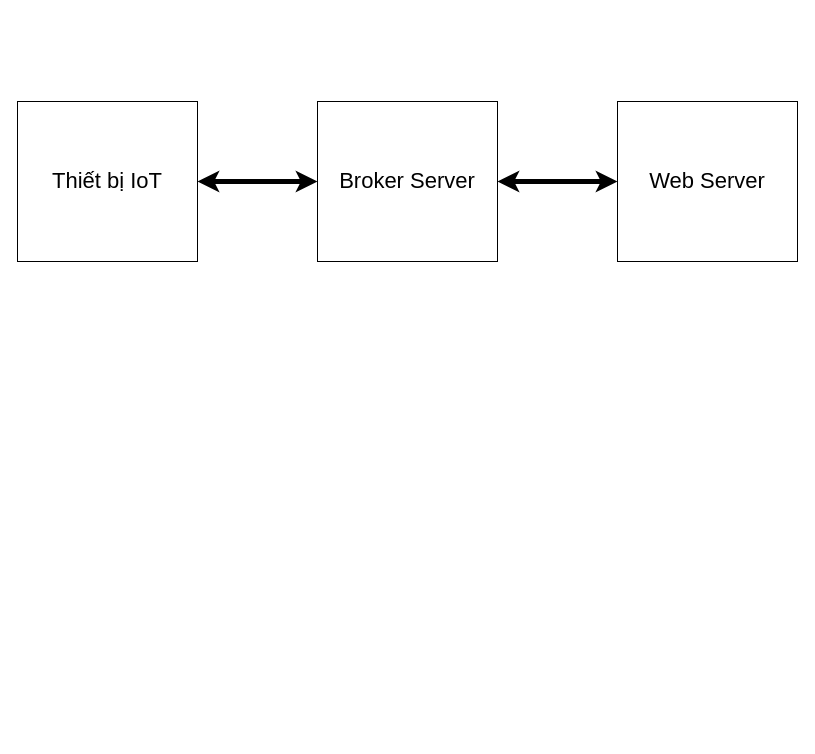
thaok61/Project3 keeps this draw.io diagram as MotaHethong.drawio. Above is the earlier version. Source tidied: cells renumbered, new cells numbered last; positions are measured from the earlier drawing's top-left corner, leaving out a move shared by most shapes. Both pictures are drawn from the tidied source at 100%, with x=0, y=0 at pixel (17, 101).
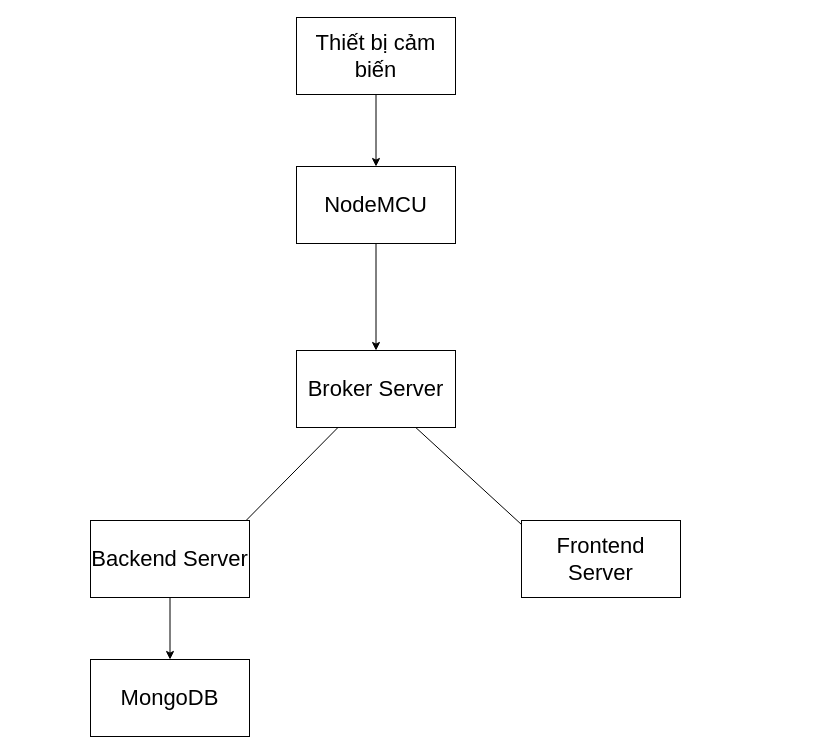
Above is the later version.

The edit, as a diff of the source:
```diff
@@
 <mxGraphModel>
   <root>
     <mxCell id="0" />
     <mxCell id="1" parent="0" />
-    <mxCell id="2" style="edgeStyle=orthogonalEdgeStyle;rounded=0;jettySize=auto;html=1;exitX=1;exitY=0.5;exitDx=0;exitDy=0;strokeWidth=5;startArrow=classic;startFill=1;" parent="1" edge="1" source="3" target="5">
-      <mxGeometry relative="1" as="geometry" />
-    </mxCell>
+    <mxCell id="7" style="edgeStyle=none;rounded=0;jettySize=auto;html=1;" parent="1" edge="1" source="3" target="9">
+      <mxGeometry relative="1" as="geometry" />
+    </mxCell>
-    <mxCell id="3" value="&lt;font style=&quot;font-size: 22px&quot;&gt;Thiết bị IoT&lt;/font&gt;" style="rounded=0;whiteSpace=wrap;html=1;" parent="1" vertex="1">
-      <mxGeometry width="180" height="160" as="geometry" />
+    <mxCell id="3" value="&lt;font style=&quot;font-size: 22px&quot;&gt;Thiết bị cảm biến&lt;/font&gt;" style="rounded=0;whiteSpace=wrap;html=1;" parent="1" vertex="1">
+      <mxGeometry x="279" y="-84" width="159" height="77" as="geometry" />
     </mxCell>
-    <mxCell id="4" style="edgeStyle=orthogonalEdgeStyle;rounded=0;jettySize=auto;html=1;exitX=1;exitY=0.5;exitDx=0;exitDy=0;entryX=0;entryY=0.5;entryDx=0;entryDy=0;startArrow=classic;startFill=1;strokeWidth=5;" parent="1" edge="1" source="5" target="6">
-      <mxGeometry relative="1" as="geometry" />
-    </mxCell>
+    <mxCell id="8" style="edgeStyle=none;rounded=0;jettySize=auto;html=1;" parent="1" edge="1" source="9" target="5">
+      <mxGeometry relative="1" as="geometry" />
+    </mxCell>
+    <mxCell id="9" value="&lt;font style=&quot;font-size: 22px&quot;&gt;NodeMCU&lt;/font&gt;" style="rounded=0;whiteSpace=wrap;html=1;" parent="1" vertex="1">
+      <mxGeometry x="279" y="65" width="159" height="77" as="geometry" />
+    </mxCell>
+    <mxCell id="10" style="rounded=0;jettySize=auto;html=1;entryX=0.5;entryY=1;entryDx=0;entryDy=0;" parent="1" edge="1" source="5" target="13">
+      <mxGeometry relative="1" as="geometry" />
+    </mxCell>
+    <mxCell id="11" style="rounded=0;jettySize=auto;html=1;exitX=0.75;exitY=1;exitDx=0;exitDy=0;entryX=0.5;entryY=1;entryDx=0;entryDy=0;" parent="1" edge="1" source="5" target="14">
+      <mxGeometry relative="1" as="geometry" />
+    </mxCell>
-    <mxCell id="5" value="&lt;font style=&quot;font-size: 22px&quot;&gt;Broker Server&lt;/font&gt;" style="rounded=0;whiteSpace=wrap;html=1;" parent="1" vertex="1">
-      <mxGeometry x="300" width="180" height="160" as="geometry" />
+    <mxCell id="5" value="&lt;font style=&quot;font-size: 22px&quot;&gt;Broker Server&lt;br&gt;&lt;/font&gt;" style="rounded=0;whiteSpace=wrap;html=1;" parent="1" vertex="1">
+      <mxGeometry x="279" y="249" width="159" height="77" as="geometry" />
     </mxCell>
-    <mxCell id="6" value="&lt;font style=&quot;font-size: 22px&quot;&gt;Web Server&lt;/font&gt;" style="rounded=0;whiteSpace=wrap;html=1;" parent="1" vertex="1">
-      <mxGeometry x="600" width="180" height="160" as="geometry" />
-    </mxCell>
+    <mxCell id="12" style="edgeStyle=none;rounded=0;jettySize=auto;html=1;exitX=0.5;exitY=0;exitDx=0;exitDy=0;" parent="1" edge="1" source="13" target="15">
+      <mxGeometry relative="1" as="geometry" />
+    </mxCell>
+    <mxCell id="13" value="&lt;font style=&quot;font-size: 22px&quot;&gt;Backend Server&lt;br&gt;&lt;/font&gt;" style="rounded=0;whiteSpace=wrap;html=1;" parent="1" vertex="1">
+      <mxGeometry x="73" y="419" width="159" height="77" as="geometry" />
+    </mxCell>
+    <mxCell id="14" value="&lt;font style=&quot;font-size: 22px&quot;&gt;Frontend Server&lt;br&gt;&lt;/font&gt;" style="rounded=0;whiteSpace=wrap;html=1;" parent="1" vertex="1">
+      <mxGeometry x="504" y="419" width="159" height="77" as="geometry" />
+    </mxCell>
+    <mxCell id="15" value="&lt;font style=&quot;font-size: 22px&quot;&gt;MongoDB&lt;br&gt;&lt;/font&gt;" style="rounded=0;whiteSpace=wrap;html=1;" parent="1" vertex="1">
+      <mxGeometry x="73" y="558" width="159" height="77" as="geometry" />
+    </mxCell>
   </root>
 </mxGraphModel>
```
